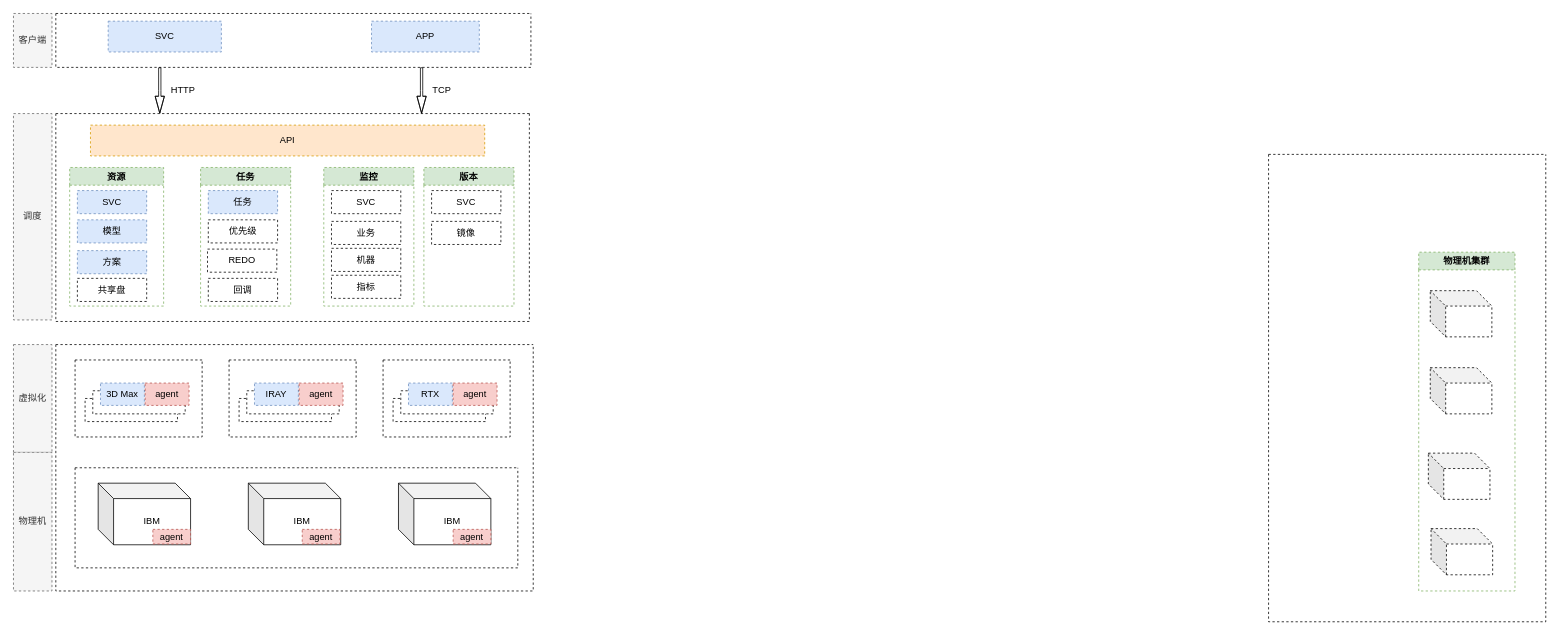
Above: 平台2.0/云渲染调度.drawio in Msimplehub/abbysun (draw.io), before the change. Source tidied: cells renumbered, new cells numbered last; positions are measured from the earlier drawing's top-left corner, leaving out a move shared by most shapes. Both pictures are drawn from the tidied source at 77%, with x=0, y=0 at pixel (13, 13).
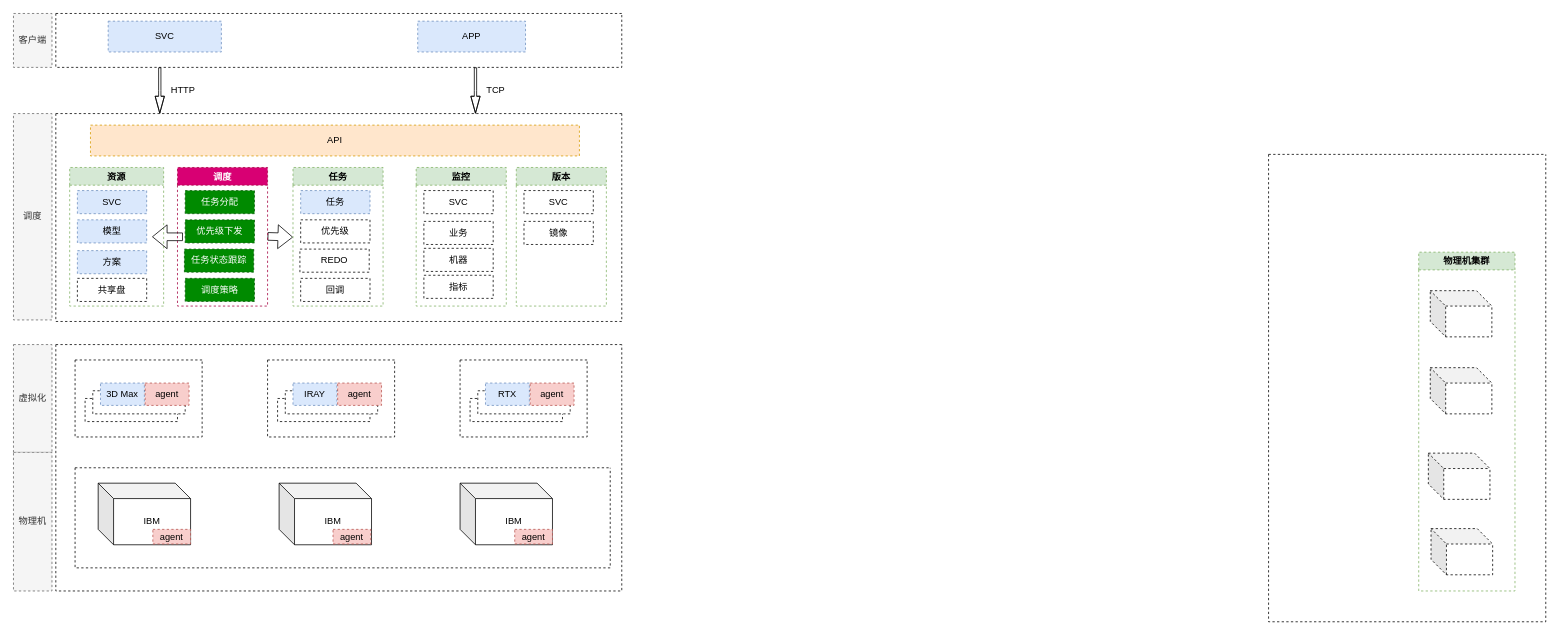
The same diagram, later.

Commit message:
Update 云渲染调度.drawio

What changed in the source:
```diff
@@
     <mxCell id="3" value="IBM" style="shape=cube;whiteSpace=wrap;html=1;boundedLbl=1;backgroundOutline=1;darkOpacity=0.05;darkOpacity2=0.1;" parent="1" vertex="1">
-      <mxGeometry x="305" y="610" width="120" height="80" as="geometry" />
+      <mxGeometry x="345" y="610" width="120" height="80" as="geometry" />
     </mxCell>
     <mxCell id="4" value="IBM" style="shape=cube;whiteSpace=wrap;html=1;boundedLbl=1;backgroundOutline=1;darkOpacity=0.05;darkOpacity2=0.1;" parent="1" vertex="1">
-      <mxGeometry x="500" y="610" width="120" height="80" as="geometry" />
+      <mxGeometry x="580" y="610" width="120" height="80" as="geometry" />
     </mxCell>
     <mxCell id="5" style="swimlane;startSize=0;dashed=1;" parent="1" vertex="1">
-      <mxGeometry x="55" y="430" width="620" height="320" as="geometry" />
+      <mxGeometry x="55" y="430" width="735" height="320" as="geometry" />
     </mxCell>
     <mxCell id="6" style="swimlane;startSize=0;dashed=1;" parent="5" vertex="1">
-      <mxGeometry x="25" y="160" width="575" height="130" as="geometry" />
+      <mxGeometry x="25" y="160" width="695" height="130" as="geometry" />
     </mxCell>
@@
     <mxCell id="11" style="swimlane;startSize=0;dashed=1;" parent="1" vertex="1">
-      <mxGeometry x="280" y="450" width="165" height="100" as="geometry" />
+      <mxGeometry x="330" y="450" width="165" height="100" as="geometry" />
     </mxCell>
@@
     <mxCell id="13" style="rounded=0;whiteSpace=wrap;html=1;dashed=1;" parent="1" vertex="1">
-      <mxGeometry x="303" y="490" width="120" height="30" as="geometry" />
+      <mxGeometry x="353" y="490" width="120" height="30" as="geometry" />
     </mxCell>
     <mxCell id="14" style="swimlane;startSize=0;dashed=1;" parent="1" vertex="1">
-      <mxGeometry x="480" y="450" width="165" height="100" as="geometry" />
+      <mxGeometry x="580" y="450" width="165" height="100" as="geometry" />
     </mxCell>
@@
     <mxCell id="16" style="rounded=0;whiteSpace=wrap;html=1;dashed=1;" parent="1" vertex="1">
-      <mxGeometry x="503" y="490" width="120" height="30" as="geometry" />
+      <mxGeometry x="603" y="490" width="120" height="30" as="geometry" />
     </mxCell>
     <mxCell id="17" style="swimlane;startSize=0;dashed=1;" parent="1" vertex="1">
-      <mxGeometry x="55" y="130" width="615" height="270" as="geometry" />
+      <mxGeometry x="55" y="130" width="735" height="270" as="geometry" />
     </mxCell>
@@
     <mxCell id="20" value="API" style="rounded=0;whiteSpace=wrap;html=1;dashed=1;fillColor=#ffe6cc;strokeColor=#d79b00;" parent="17" vertex="1">
-      <mxGeometry x="45" y="15" width="512" height="40" as="geometry" />
+      <mxGeometry x="45" y="15" width="635" height="40" as="geometry" />
     </mxCell>
+    <mxCell id="62" style="shape=flexArrow;endArrow=classic;html=1;rounded=0;entryX=0;entryY=0.75;entryDx=0;entryDy=0;" parent="17" edge="1">
+      <mxGeometry relative="1" as="geometry">
+        <mxPoint x="275" y="159.5" as="sourcePoint" />
+        <mxPoint x="308" y="160.5" as="targetPoint" />
+      </mxGeometry>
+    </mxCell>
@@
     <mxCell id="23" value="任务" style="swimlane;dashed=1;fillColor=#d5e8d4;strokeColor=#82b366;" parent="1" vertex="1">
-      <mxGeometry x="243" y="200" width="117" height="180" as="geometry" />
+      <mxGeometry x="363" y="200" width="117" height="180" as="geometry" />
     </mxCell>
@@
     <mxCell id="25" value="优先级" style="rounded=0;whiteSpace=wrap;html=1;dashed=1;" parent="1" vertex="1">
-      <mxGeometry x="253" y="268" width="90" height="30" as="geometry" />
+      <mxGeometry x="373" y="268" width="90" height="30" as="geometry" />
     </mxCell>
     <mxCell id="26" value="REDO" style="rounded=0;whiteSpace=wrap;html=1;dashed=1;" parent="1" vertex="1">
-      <mxGeometry x="252" y="306" width="90" height="30" as="geometry" />
+      <mxGeometry x="372" y="306" width="90" height="30" as="geometry" />
     </mxCell>
     <mxCell id="27" value="监控" style="swimlane;dashed=1;fillColor=#d5e8d4;strokeColor=#82b366;" parent="1" vertex="1">
-      <mxGeometry x="403" y="200" width="117" height="180" as="geometry" />
+      <mxGeometry x="523" y="200" width="117" height="180" as="geometry" />
     </mxCell>
@@
     <mxCell id="29" value="业务" style="rounded=0;whiteSpace=wrap;html=1;dashed=1;" parent="1" vertex="1">
-      <mxGeometry x="413" y="270" width="90" height="30" as="geometry" />
+      <mxGeometry x="533" y="270" width="90" height="30" as="geometry" />
     </mxCell>
     <mxCell id="30" value="机器" style="rounded=0;whiteSpace=wrap;html=1;dashed=1;" parent="1" vertex="1">
-      <mxGeometry x="413" y="305" width="90" height="30" as="geometry" />
+      <mxGeometry x="533" y="305" width="90" height="30" as="geometry" />
     </mxCell>
     <mxCell id="31" value="指标" style="rounded=0;whiteSpace=wrap;html=1;dashed=1;" parent="1" vertex="1">
-      <mxGeometry x="413" y="340" width="90" height="30" as="geometry" />
+      <mxGeometry x="533" y="340" width="90" height="30" as="geometry" />
     </mxCell>
@@
     <mxCell id="34" value="IRAY" style="rounded=0;whiteSpace=wrap;html=1;dashed=1;fillColor=#dae8fc;strokeColor=#6c8ebf;" parent="1" vertex="1">
-      <mxGeometry x="313" y="480" width="57" height="29" as="geometry" />
+      <mxGeometry x="363" y="480" width="57" height="29" as="geometry" />
     </mxCell>
     <mxCell id="35" value="agent" style="rounded=0;whiteSpace=wrap;html=1;dashed=1;fillColor=#f8cecc;strokeColor=#b85450;" parent="1" vertex="1">
-      <mxGeometry x="371" y="480" width="57" height="29" as="geometry" />
+      <mxGeometry x="421" y="480" width="57" height="29" as="geometry" />
     </mxCell>
     <mxCell id="36" value="RTX" style="rounded=0;whiteSpace=wrap;html=1;dashed=1;fillColor=#dae8fc;strokeColor=#6c8ebf;" parent="1" vertex="1">
-      <mxGeometry x="513" y="480" width="57" height="29" as="geometry" />
+      <mxGeometry x="613" y="480" width="57" height="29" as="geometry" />
     </mxCell>
     <mxCell id="37" value="agent" style="rounded=0;whiteSpace=wrap;html=1;dashed=1;fillColor=#f8cecc;strokeColor=#b85450;" parent="1" vertex="1">
-      <mxGeometry x="571" y="480" width="57" height="29" as="geometry" />
+      <mxGeometry x="671" y="480" width="57" height="29" as="geometry" />
     </mxCell>
@@
     <mxCell id="39" value="agent" style="rounded=0;whiteSpace=wrap;html=1;dashed=1;fillColor=#f8cecc;strokeColor=#b85450;" parent="1" vertex="1">
-      <mxGeometry x="375" y="670" width="49" height="19" as="geometry" />
+      <mxGeometry x="415" y="670" width="49" height="19" as="geometry" />
     </mxCell>
     <mxCell id="40" value="agent" style="rounded=0;whiteSpace=wrap;html=1;dashed=1;fillColor=#f8cecc;strokeColor=#b85450;" parent="1" vertex="1">
-      <mxGeometry x="571" y="670" width="49" height="19" as="geometry" />
+      <mxGeometry x="651" y="670" width="49" height="19" as="geometry" />
     </mxCell>
     <mxCell id="41" value="版本" style="swimlane;dashed=1;fillColor=#d5e8d4;strokeColor=#82b366;" parent="1" vertex="1">
-      <mxGeometry x="533" y="200" width="117" height="180" as="geometry" />
+      <mxGeometry x="653" y="200" width="117" height="180" as="geometry" />
     </mxCell>
@@
     <mxCell id="43" value="镜像" style="rounded=0;whiteSpace=wrap;html=1;dashed=1;" parent="1" vertex="1">
-      <mxGeometry x="543" y="270" width="90" height="30" as="geometry" />
+      <mxGeometry x="663" y="270" width="90" height="30" as="geometry" />
     </mxCell>
     <mxCell id="44" style="swimlane;startSize=0;dashed=1;" parent="1" vertex="1">
-      <mxGeometry x="55" width="617" height="70" as="geometry" />
+      <mxGeometry x="55" width="735" height="70" as="geometry" />
     </mxCell>
     <mxCell id="45" value="APP" style="rounded=0;whiteSpace=wrap;html=1;dashed=1;fillColor=#dae8fc;strokeColor=#6c8ebf;" parent="44" vertex="1">
-      <mxGeometry x="410" y="10" width="140" height="40" as="geometry" />
+      <mxGeometry x="470" y="10" width="140" height="40" as="geometry" />
     </mxCell>
@@
     <mxCell id="49" style="shape=flexArrow;endArrow=classic;html=1;rounded=0;endWidth=8;endSize=7;width=3;" parent="1" edge="1">
       <mxGeometry relative="1" as="geometry">
-        <mxPoint x="530" y="70" as="sourcePoint" />
-        <mxPoint x="530" y="130" as="targetPoint" />
+        <mxPoint x="600" y="70" as="sourcePoint" />
+        <mxPoint x="600" y="130" as="targetPoint" />
         <Array as="points">
-          <mxPoint x="530" y="100" />
+          <mxPoint x="600" y="100" />
         </Array>
       </mxGeometry>
     </mxCell>
     <mxCell id="50" value="TCP" style="text;html=1;align=center;verticalAlign=middle;strokeColor=none;fillColor=none;" parent="1" vertex="1">
-      <mxGeometry x="536" y="90" width="40" height="20" as="geometry" />
+      <mxGeometry x="606" y="90" width="40" height="20" as="geometry" />
     </mxCell>
@@
     <mxCell id="55" value="回调" style="rounded=0;whiteSpace=wrap;html=1;dashed=1;" parent="1" vertex="1">
-      <mxGeometry x="253" y="344" width="90" height="30" as="geometry" />
+      <mxGeometry x="373" y="344" width="90" height="30" as="geometry" />
     </mxCell>
@@
+    <mxCell id="63" value="调度" style="swimlane;dashed=1;fillColor=#d80073;strokeColor=#A50040;fontColor=#ffffff;" parent="1" vertex="1">
+      <mxGeometry x="213" y="200" width="117" height="180" as="geometry" />
+    </mxCell>
+    <mxCell id="64" value="任务分配" style="rounded=0;whiteSpace=wrap;html=1;dashed=1;fillColor=#008a00;strokeColor=#005700;fontColor=#ffffff;" parent="63" vertex="1">
+      <mxGeometry x="10" y="30" width="90" height="30" as="geometry" />
+    </mxCell>
+    <mxCell id="65" value="优先级下发" style="rounded=0;whiteSpace=wrap;html=1;dashed=1;fillColor=#008a00;fontColor=#ffffff;strokeColor=#005700;" parent="1" vertex="1">
+      <mxGeometry x="223" y="268" width="90" height="30" as="geometry" />
+    </mxCell>
+    <mxCell id="66" value="任务状态跟踪" style="rounded=0;whiteSpace=wrap;html=1;dashed=1;fillColor=#008a00;fontColor=#ffffff;strokeColor=#005700;" parent="1" vertex="1">
+      <mxGeometry x="222" y="306" width="90" height="30" as="geometry" />
+    </mxCell>
+    <mxCell id="67" value="调度策略" style="rounded=0;whiteSpace=wrap;html=1;dashed=1;fillColor=#008a00;fontColor=#ffffff;strokeColor=#005700;" parent="1" vertex="1">
+      <mxGeometry x="223" y="344" width="90" height="30" as="geometry" />
+    </mxCell>
+    <mxCell id="68" style="shape=flexArrow;endArrow=classic;html=1;rounded=0;" parent="1" edge="1">
+      <mxGeometry relative="1" as="geometry">
+        <mxPoint x="220" y="290" as="sourcePoint" />
+        <mxPoint x="180" y="290" as="targetPoint" />
+      </mxGeometry>
+    </mxCell>
```
